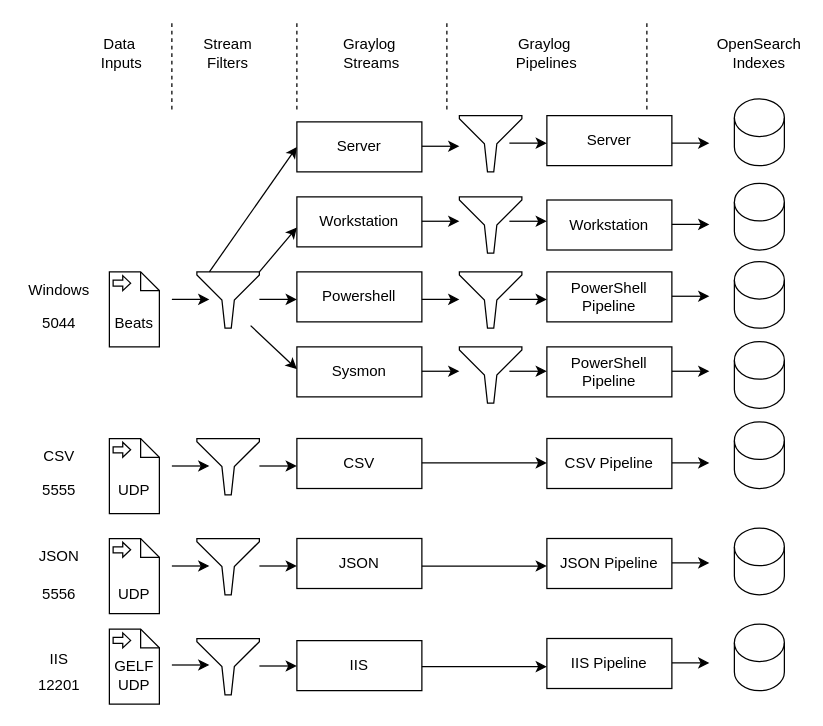
This is images/graylog-architecture.drawio from JCSC-JE/Graylog-IR, a draw.io file, before an edit. Source tidied: cells renumbered, new cells numbered last; positions are measured from the earlier drawing's top-left corner, leaving out a move shared by most shapes. Both pictures are drawn from the tidied source at 125%, with x=0, y=0 at pixel (21, 21).
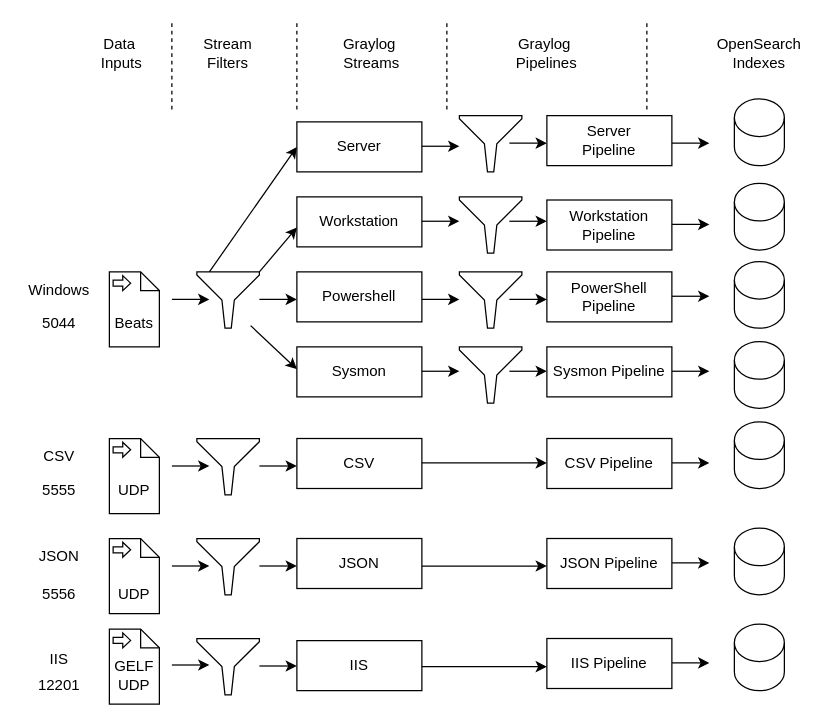
The same diagram, later.

What changed in the source:
```diff
@@
-    <mxCell id="44" value="Workstation" style="rounded=0;whiteSpace=wrap;html=1;" parent="1" vertex="1">
+    <mxCell id="44" value="Workstation Pipeline" style="rounded=0;whiteSpace=wrap;html=1;" parent="1" vertex="1">
       <mxGeometry x="420" y="142.5" width="100" height="40" as="geometry" />
     </mxCell>
-    <mxCell id="45" value="Server" style="rounded=0;whiteSpace=wrap;html=1;" parent="1" vertex="1">
+    <mxCell id="45" value="Server&lt;div&gt;Pipeline&lt;/div&gt;" style="rounded=0;whiteSpace=wrap;html=1;" parent="1" vertex="1">
       <mxGeometry x="420" y="75" width="100" height="40" as="geometry" />
     </mxCell>
@@
-    <mxCell id="73" value="PowerShell Pipeline" style="rounded=0;whiteSpace=wrap;html=1;" parent="1" vertex="1">
+    <mxCell id="73" value="Sysmon Pipeline" style="rounded=0;whiteSpace=wrap;html=1;" parent="1" vertex="1">
       <mxGeometry x="420" y="260" width="100" height="40" as="geometry" />
     </mxCell>
```
